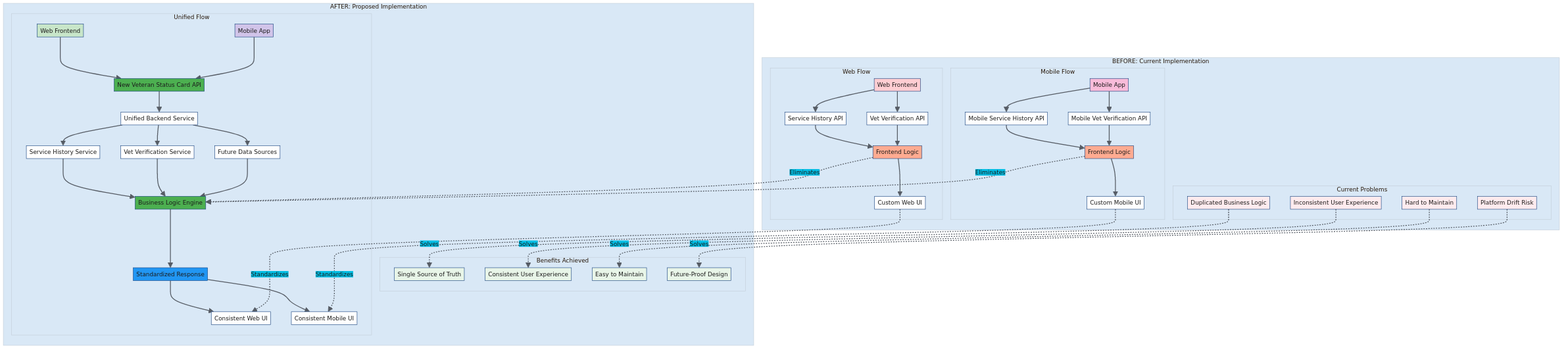
Before: mermaid/projects/vsc-api-refactor/data-flow-comparison.png, a diagram exported from Mermaid (department-of-veterans-affairs/va-mobile-feature-support). Its source is kept beside it as mermaid/projects/vsc-api-refactor/data-flow-comparison.mmd.
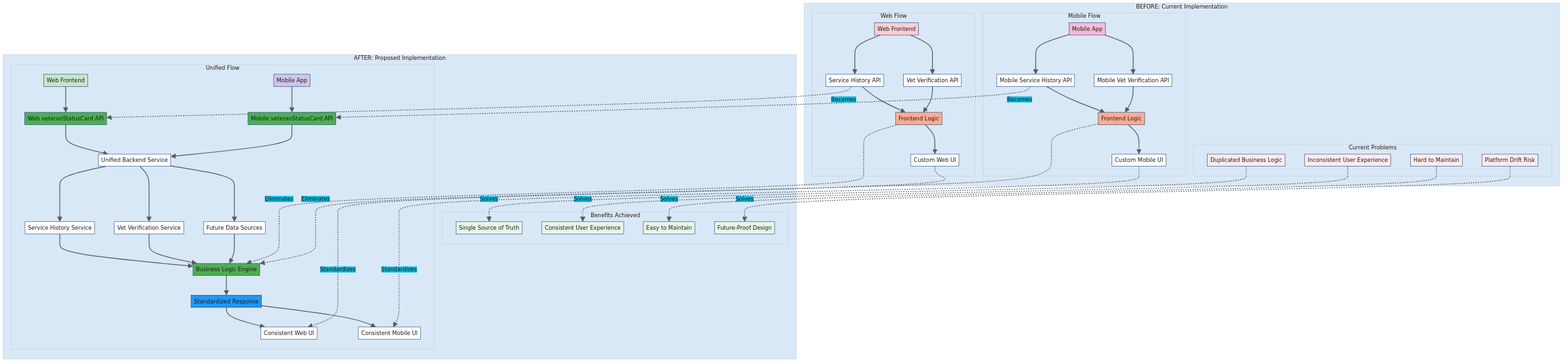
Later version of the same file.

What changed in the source:
```diff
@@ -26,9 +26,10 @@
 
     subgraph "AFTER: Proposed Implementation"
         subgraph "Unified Flow"
-            A1[Web Frontend] --> A2[New Veteran Status Card API]
-            A3[Mobile App] --> A2
+            A1[Web Frontend] --> A2[Web veteranStatusCard API]
+            A3[Mobile App] --> A12[Mobile veteranStatusCard API]
             A2 --> A4[Unified Backend Service]
+            A12 --> A4
             A4 --> A5[Service History Service]
             A4 --> A6[Vet Verification Service]
             A4 --> A7[Future Data Sources]
@@ -52,6 +53,8 @@
     M4 -.->|Eliminates| A8
     W5 -.->|Standardizes| A10
     M5 -.->|Standardizes| A11
+    W2 -.->|Becomes| A2
+    M2 -.->|Becomes| A12
 
     P1 -.->|Solves| B1
     P2 -.->|Solves| B2
@@ -65,6 +68,7 @@
     style A1 fill:#c8e6c9
     style A3 fill:#d1c4e9
     style A2 fill:#4caf50
+    style A12 fill:#4caf50
     style A8 fill:#4caf50
     style A9 fill:#2196f3
     style P1 fill:#ffebee
```
